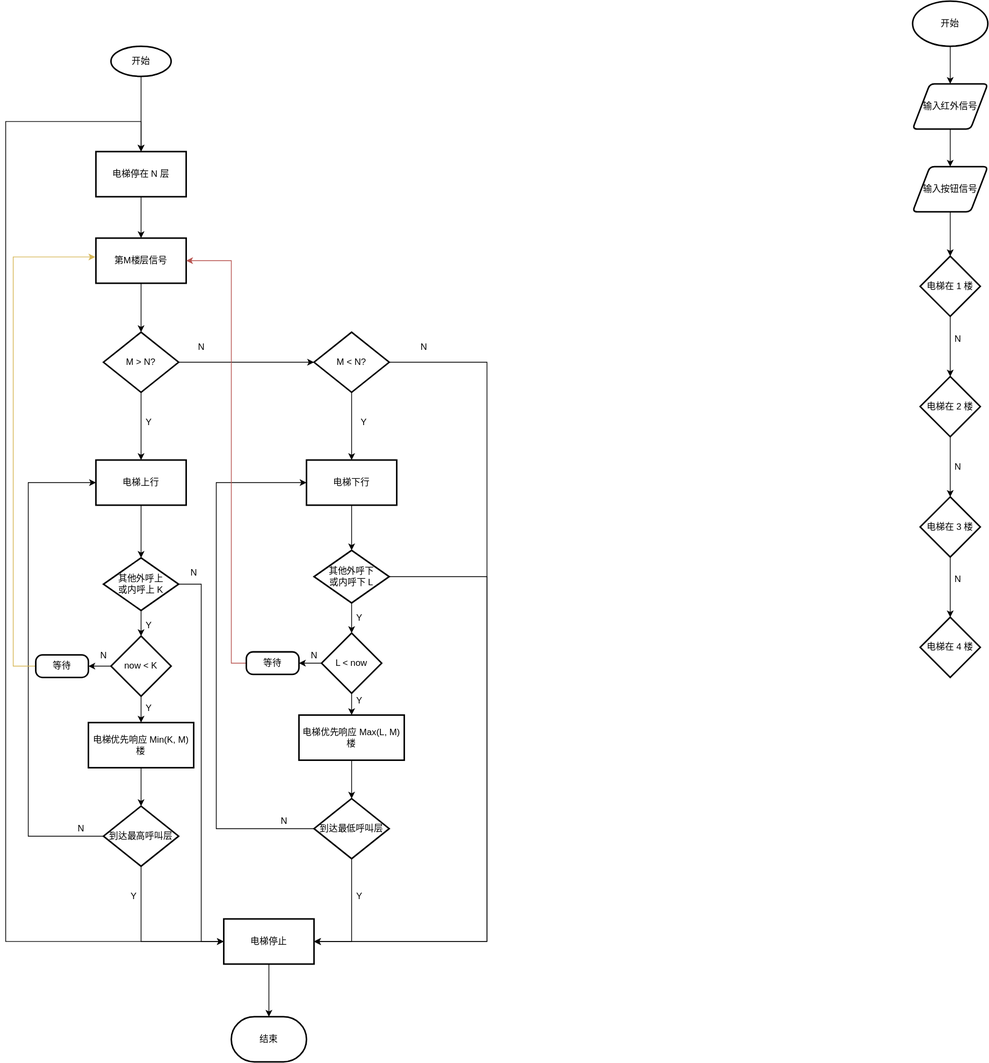
Above: Draw.io/PLC控制四层电梯程序流程图.drawio.svg in InoryLwc/ConfigRepo (draw.io), before the change. Source tidied: cells renumbered, new cells last; positions are measured from the earlier drawing's top-left corner, leaving out a move shared by most shapes.
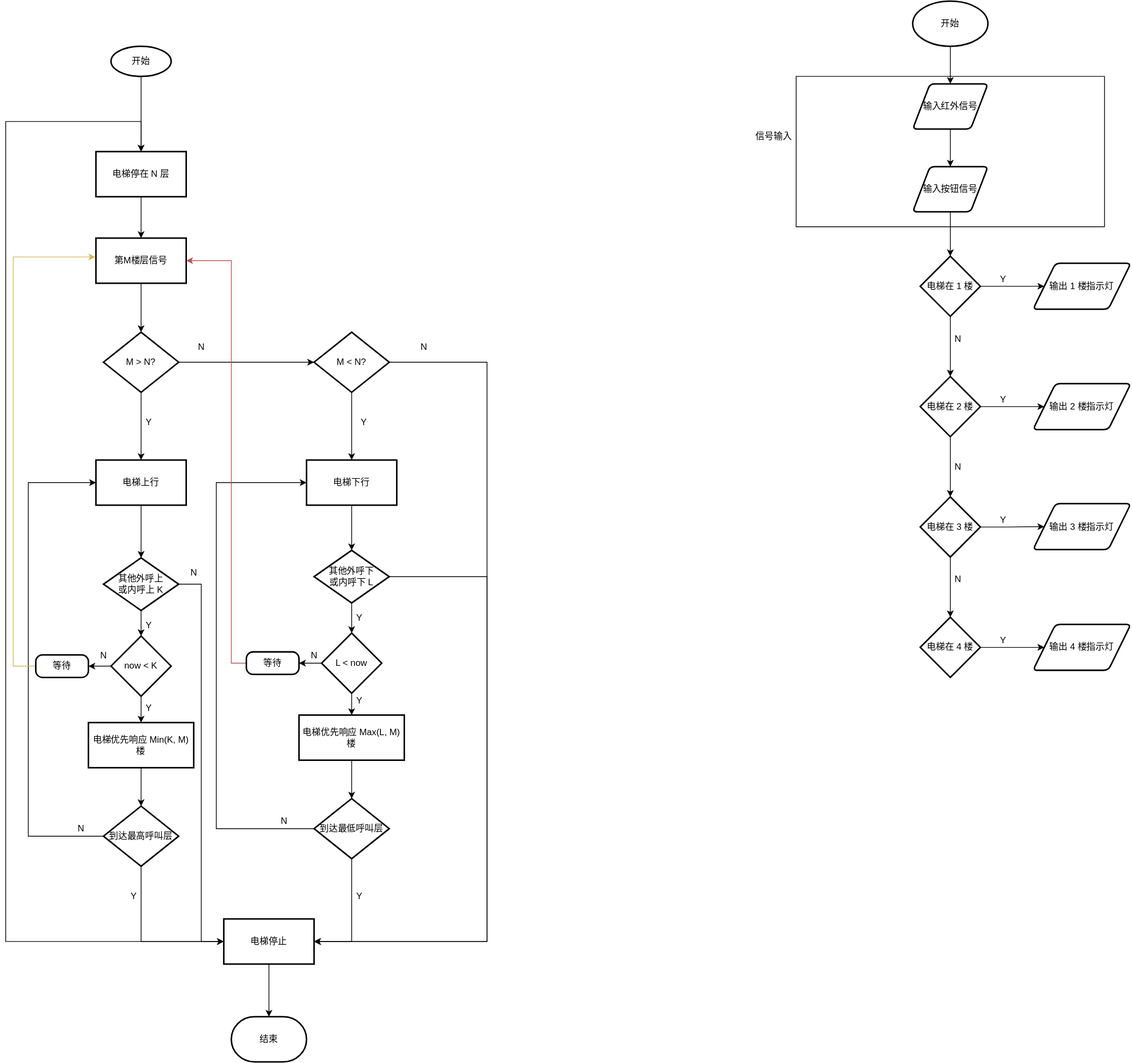
The same diagram one commit later.

Commit message:
更新PLC控制四层电梯程序流程图.drawio.svg

Change to the diagram source:
```diff
@@ -239,6 +239,9 @@
     <mxCell id="65" style="edgeStyle=orthogonalEdgeStyle;rounded=0;jettySize=auto;html=1;" parent="1" edge="1" source="66" target="68">
       <mxGeometry relative="1" as="geometry" />
     </mxCell>
+    <mxCell id="79" style="edgeStyle=orthogonalEdgeStyle;rounded=0;jettySize=auto;html=1;exitX=1;exitY=0.5;exitDx=0;exitDy=0;entryX=0;entryY=0.5;entryDx=0;entryDy=0;" parent="1" edge="1" source="66" target="82">
+      <mxGeometry relative="1" as="geometry" />
+    </mxCell>
     <mxCell id="66" value="&lt;span&gt;电梯在 1 楼&lt;/span&gt;" style="rhombus;whiteSpace=wrap;html=1;strokeWidth=2;" parent="1" vertex="1">
       <mxGeometry x="1216" y="339" width="80" height="80" as="geometry" />
     </mxCell>
@@ -278,5 +281,44 @@
     <mxCell id="78" value="输入按钮信号" style="shape=parallelogram;html=1;strokeWidth=2;perimeter=parallelogramPerimeter;whiteSpace=wrap;rounded=1;arcSize=12;size=0.23;" parent="1" vertex="1">
       <mxGeometry x="1206" y="220" width="100" height="60" as="geometry" />
     </mxCell>
+    <mxCell id="80" style="verticalLabelPosition=bottom;verticalAlign=top;html=1;shape=mxgraph.basic.rect;fillColor2=none;strokeWidth=1;size=20;indent=5;fillColor=none;" parent="1" vertex="1">
+      <mxGeometry x="1051" y="100" width="410" height="200" as="geometry" />
+    </mxCell>
+    <mxCell id="81" value="信号输入" style="text;html=1;align=center;verticalAlign=middle;strokeColor=none;fillColor=none;" parent="1" vertex="1">
+      <mxGeometry x="991" y="170" width="60" height="20" as="geometry" />
+    </mxCell>
+    <mxCell id="82" value="输出 1 楼指示灯" style="shape=parallelogram;html=1;strokeWidth=2;perimeter=parallelogramPerimeter;whiteSpace=wrap;rounded=1;arcSize=12;size=0.23;" parent="1" vertex="1">
+      <mxGeometry x="1366" y="348.5" width="130" height="61" as="geometry" />
+    </mxCell>
+    <mxCell id="83" value="Y" style="text;html=1;align=center;verticalAlign=middle;strokeColor=none;fillColor=none;" parent="1" vertex="1">
+      <mxGeometry x="1316" y="360" width="20" height="20" as="geometry" />
+    </mxCell>
+    <mxCell id="84" style="edgeStyle=orthogonalEdgeStyle;rounded=0;jettySize=auto;html=1;exitX=1;exitY=0.5;exitDx=0;exitDy=0;entryX=0;entryY=0.5;entryDx=0;entryDy=0;" parent="1" edge="1" source="68" target="85">
+      <mxGeometry relative="1" as="geometry" />
+    </mxCell>
+    <mxCell id="85" value="输出 2 楼指示灯" style="shape=parallelogram;html=1;strokeWidth=2;perimeter=parallelogramPerimeter;whiteSpace=wrap;rounded=1;arcSize=12;size=0.23;" parent="1" vertex="1">
+      <mxGeometry x="1366" y="508.5" width="130" height="61" as="geometry" />
+    </mxCell>
+    <mxCell id="86" value="Y" style="text;html=1;align=center;verticalAlign=middle;strokeColor=none;fillColor=none;" parent="1" vertex="1">
+      <mxGeometry x="1316" y="520" width="20" height="20" as="geometry" />
+    </mxCell>
+    <mxCell id="87" style="edgeStyle=orthogonalEdgeStyle;rounded=0;jettySize=auto;html=1;exitX=1;exitY=0.5;exitDx=0;exitDy=0;entryX=0;entryY=0.5;entryDx=0;entryDy=0;" parent="1" edge="1" source="70" target="88">
+      <mxGeometry relative="1" as="geometry" />
+    </mxCell>
+    <mxCell id="88" value="输出 3 楼指示灯" style="shape=parallelogram;html=1;strokeWidth=2;perimeter=parallelogramPerimeter;whiteSpace=wrap;rounded=1;arcSize=12;size=0.23;" parent="1" vertex="1">
+      <mxGeometry x="1366" y="668" width="130" height="61" as="geometry" />
+    </mxCell>
+    <mxCell id="89" value="Y" style="text;html=1;align=center;verticalAlign=middle;strokeColor=none;fillColor=none;" parent="1" vertex="1">
+      <mxGeometry x="1316" y="679.5" width="20" height="20" as="geometry" />
+    </mxCell>
+    <mxCell id="90" style="edgeStyle=orthogonalEdgeStyle;rounded=0;jettySize=auto;html=1;exitX=1;exitY=0.5;exitDx=0;exitDy=0;entryX=0;entryY=0.5;entryDx=0;entryDy=0;" parent="1" edge="1" source="74" target="91">
+      <mxGeometry relative="1" as="geometry" />
+    </mxCell>
+    <mxCell id="91" value="输出 4 楼指示灯" style="shape=parallelogram;html=1;strokeWidth=2;perimeter=parallelogramPerimeter;whiteSpace=wrap;rounded=1;arcSize=12;size=0.23;" parent="1" vertex="1">
+      <mxGeometry x="1366" y="828.5" width="130" height="61" as="geometry" />
+    </mxCell>
+    <mxCell id="92" value="Y" style="text;html=1;align=center;verticalAlign=middle;strokeColor=none;fillColor=none;" parent="1" vertex="1">
+      <mxGeometry x="1316" y="840" width="20" height="20" as="geometry" />
+    </mxCell>
   </root>
 </mxGraphModel>
```
